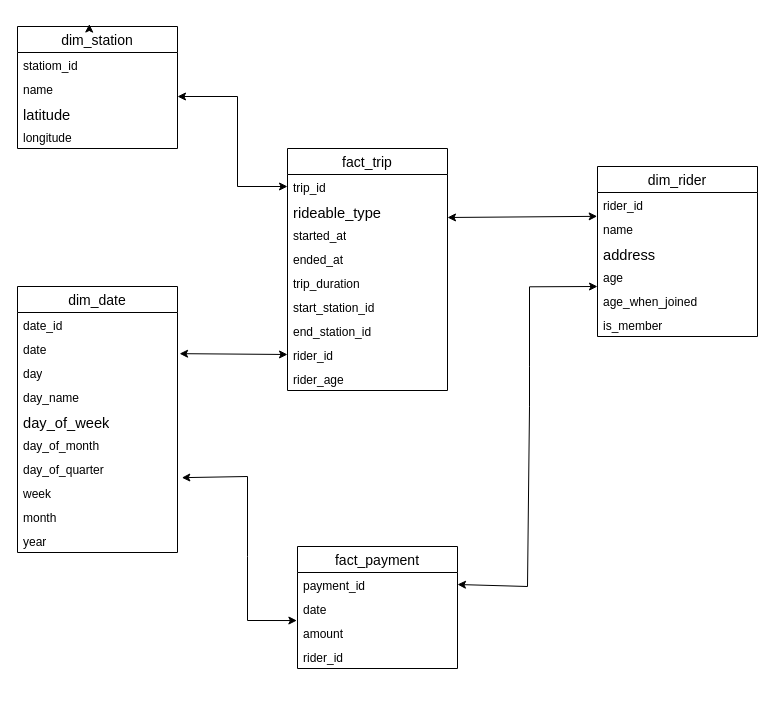
gursevakdhillon/dadp keeps this draw.io diagram as project3/architecture_diagram/star_schema.drawio. Above is the earlier version. Source tidied: cells renumbered, new cells numbered last; positions are measured from the earlier drawing's top-left corner, leaving out a move shared by most shapes. Both pictures are drawn from the tidied source at 100%, with x=0, y=0 at pixel (17, 26).
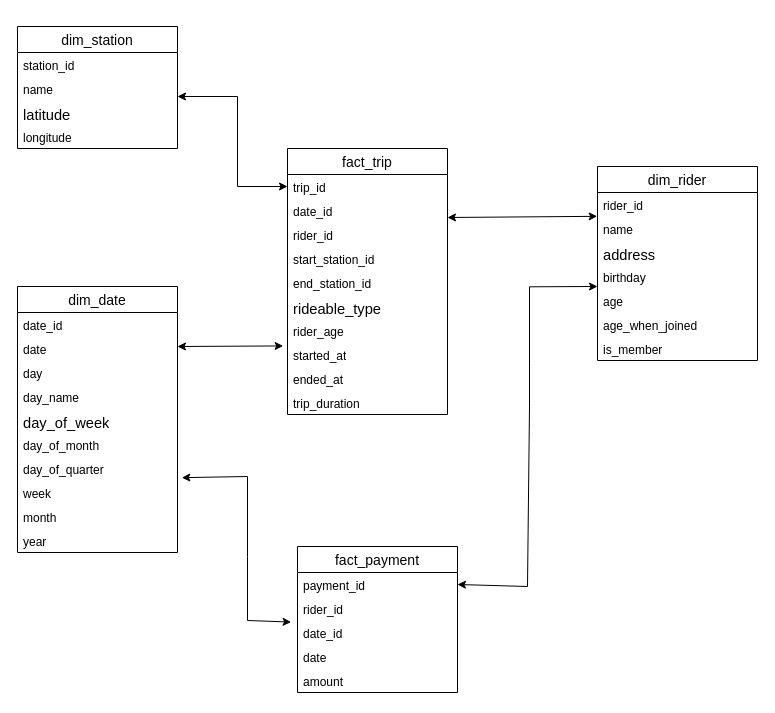
The same diagram, later.

Unchanged cells that the change refers to:
```xml
<mxCell id="20" value="day" style="text;strokeColor=none;fillColor=none;spacingLeft=4;spacingRight=4;overflow=hidden;points=[[0,0.5],[1,0.5]];portConstraint=eastwest;fontSize=12;whiteSpace=wrap;html=1;" parent="17" vertex="1">
  <mxGeometry y="74" width="160" height="24" as="geometry" />
</mxCell>
<mxCell id="25" value="week" style="text;strokeColor=none;fillColor=none;spacingLeft=4;spacingRight=4;overflow=hidden;points=[[0,0.5],[1,0.5]];portConstraint=eastwest;fontSize=12;whiteSpace=wrap;html=1;" parent="17" vertex="1">
  <mxGeometry y="194" width="160" height="24" as="geometry" />
</mxCell>
<mxCell id="35" value="dim_station" style="swimlane;fontStyle=0;horizontal=1;startSize=26;align=center;fontSize=14;" parent="1" vertex="1">
  <mxGeometry width="160" height="122" as="geometry" />
</mxCell>
```

What changed in the source:
```diff
@@
     <mxCell id="2" value="fact_trip" style="swimlane;fontStyle=0;horizontal=1;startSize=26;align=center;fontSize=14;" parent="1" vertex="1">
-      <mxGeometry x="270" y="122" width="160" height="242" as="geometry" />
+      <mxGeometry x="270" y="122" width="160" height="266" as="geometry" />
     </mxCell>
@@
+    <mxCell id="46" value="date_id" style="text;strokeColor=none;fillColor=none;spacingLeft=4;spacingRight=4;overflow=hidden;fontSize=12;whiteSpace=wrap;html=1;" parent="2" vertex="1">
+      <mxGeometry y="50" width="160" height="24" as="geometry" />
+    </mxCell>
+    <mxCell id="10" value="rider_id" style="text;strokeColor=none;fillColor=none;spacingLeft=4;spacingRight=4;overflow=hidden;points=[[0,0.5],[1,0.5]];portConstraint=eastwest;fontSize=12;whiteSpace=wrap;html=1;" parent="2" vertex="1">
+      <mxGeometry y="74" width="160" height="24" as="geometry" />
+    </mxCell>
+    <mxCell id="8" value="start_station_id" style="text;strokeColor=none;fillColor=none;spacingLeft=4;spacingRight=4;overflow=hidden;fontSize=12;whiteSpace=wrap;html=1;" parent="2" vertex="1">
+      <mxGeometry y="98" width="160" height="24" as="geometry" />
+    </mxCell>
+    <mxCell id="9" value="end_station_id" style="text;strokeColor=none;fillColor=none;spacingLeft=4;spacingRight=4;overflow=hidden;fontSize=12;whiteSpace=wrap;html=1;" parent="2" vertex="1">
+      <mxGeometry y="122" width="160" height="24" as="geometry" />
+    </mxCell>
     <mxCell id="4" value="&lt;div&gt;&lt;font face=&quot;Calibri&quot;&gt;&lt;span style=&quot;font-size: 14.6667px;&quot;&gt;rideable_type&lt;/span&gt;&lt;/font&gt;&lt;/div&gt;" style="text;strokeColor=none;fillColor=none;spacingLeft=4;spacingRight=4;overflow=hidden;fontSize=12;whiteSpace=wrap;html=1;" parent="2" vertex="1">
-      <mxGeometry y="50" width="160" height="24" as="geometry" />
+      <mxGeometry y="146" width="160" height="24" as="geometry" />
     </mxCell>
+    <mxCell id="11" value="rider_age" style="text;strokeColor=none;fillColor=none;spacingLeft=4;spacingRight=4;overflow=hidden;fontSize=12;whiteSpace=wrap;html=1;" parent="2" vertex="1">
+      <mxGeometry y="170" width="160" height="24" as="geometry" />
+    </mxCell>
     <mxCell id="5" value="started_at" style="text;strokeColor=none;fillColor=none;spacingLeft=4;spacingRight=4;overflow=hidden;points=[[0,0.5],[1,0.5]];portConstraint=eastwest;fontSize=12;whiteSpace=wrap;html=1;" parent="2" vertex="1">
-      <mxGeometry y="74" width="160" height="24" as="geometry" />
+      <mxGeometry y="194" width="160" height="24" as="geometry" />
     </mxCell>
     <mxCell id="6" value="ended_at" style="text;strokeColor=none;fillColor=none;spacingLeft=4;spacingRight=4;overflow=hidden;fontSize=12;whiteSpace=wrap;html=1;" parent="2" vertex="1">
-      <mxGeometry y="98" width="160" height="24" as="geometry" />
+      <mxGeometry y="218" width="160" height="24" as="geometry" />
     </mxCell>
     <mxCell id="7" value="trip_duration" style="text;strokeColor=none;fillColor=none;spacingLeft=4;spacingRight=4;overflow=hidden;fontSize=12;whiteSpace=wrap;html=1;" parent="2" vertex="1">
-      <mxGeometry y="122" width="160" height="24" as="geometry" />
+      <mxGeometry y="242" width="160" height="24" as="geometry" />
     </mxCell>
-    <mxCell id="8" value="start_station_id" style="text;strokeColor=none;fillColor=none;spacingLeft=4;spacingRight=4;overflow=hidden;fontSize=12;whiteSpace=wrap;html=1;" parent="2" vertex="1">
-      <mxGeometry y="146" width="160" height="24" as="geometry" />
-    </mxCell>
-    <mxCell id="9" value="end_station_id" style="text;strokeColor=none;fillColor=none;spacingLeft=4;spacingRight=4;overflow=hidden;fontSize=12;whiteSpace=wrap;html=1;" parent="2" vertex="1">
-      <mxGeometry y="170" width="160" height="24" as="geometry" />
-    </mxCell>
-    <mxCell id="10" value="rider_id" style="text;strokeColor=none;fillColor=none;spacingLeft=4;spacingRight=4;overflow=hidden;points=[[0,0.5],[1,0.5]];portConstraint=eastwest;fontSize=12;whiteSpace=wrap;html=1;" parent="2" vertex="1">
-      <mxGeometry y="194" width="160" height="24" as="geometry" />
-    </mxCell>
-    <mxCell id="11" value="rider_age" style="text;strokeColor=none;fillColor=none;spacingLeft=4;spacingRight=4;overflow=hidden;fontSize=12;whiteSpace=wrap;html=1;" parent="2" vertex="1">
-      <mxGeometry y="218" width="160" height="24" as="geometry" />
-    </mxCell>
     <mxCell id="12" value="fact_payment" style="swimlane;fontStyle=0;horizontal=1;startSize=26;align=center;fontSize=14;" parent="1" vertex="1">
-      <mxGeometry x="280" y="520" width="160" height="122" as="geometry" />
+      <mxGeometry x="280" y="520" width="160" height="146" as="geometry" />
     </mxCell>
@@
+    <mxCell id="16" value="rider_id" style="text;strokeColor=none;fillColor=none;spacingLeft=4;spacingRight=4;overflow=hidden;fontSize=12;whiteSpace=wrap;html=1;" parent="12" vertex="1">
+      <mxGeometry y="50" width="160" height="24" as="geometry" />
+    </mxCell>
+    <mxCell id="47" value="date_id" style="text;strokeColor=none;fillColor=none;spacingLeft=4;spacingRight=4;overflow=hidden;fontSize=12;whiteSpace=wrap;html=1;" parent="12" vertex="1">
+      <mxGeometry y="74" width="160" height="24" as="geometry" />
+    </mxCell>
     <mxCell id="14" value="date" style="text;strokeColor=none;fillColor=none;spacingLeft=4;spacingRight=4;overflow=hidden;fontSize=12;whiteSpace=wrap;html=1;" parent="12" vertex="1">
-      <mxGeometry y="50" width="160" height="24" as="geometry" />
+      <mxGeometry y="98" width="160" height="24" as="geometry" />
     </mxCell>
     <mxCell id="15" value="amount" style="text;strokeColor=none;fillColor=none;spacingLeft=4;spacingRight=4;overflow=hidden;points=[[0,0.5],[1,0.5]];portConstraint=eastwest;fontSize=12;whiteSpace=wrap;html=1;" parent="12" vertex="1">
-      <mxGeometry y="74" width="160" height="24" as="geometry" />
+      <mxGeometry y="122" width="160" height="24" as="geometry" />
     </mxCell>
-    <mxCell id="16" value="rider_id" style="text;strokeColor=none;fillColor=none;spacingLeft=4;spacingRight=4;overflow=hidden;fontSize=12;whiteSpace=wrap;html=1;" parent="12" vertex="1">
-      <mxGeometry y="98" width="160" height="24" as="geometry" />
-    </mxCell>
@@
     <mxCell id="28" value="dim_rider" style="swimlane;fontStyle=0;horizontal=1;startSize=26;align=center;fontSize=14;" parent="1" vertex="1">
-      <mxGeometry x="580" y="140" width="160" height="170" as="geometry" />
+      <mxGeometry x="580" y="140" width="160" height="194" as="geometry" />
     </mxCell>
@@
+    <mxCell id="48" value="birthday" style="text;strokeColor=none;fillColor=none;spacingLeft=4;spacingRight=4;overflow=hidden;fontSize=12;whiteSpace=wrap;html=1;" parent="28" vertex="1">
+      <mxGeometry y="98" width="160" height="24" as="geometry" />
+    </mxCell>
     <mxCell id="32" value="age" style="text;strokeColor=none;fillColor=none;spacingLeft=4;spacingRight=4;overflow=hidden;fontSize=12;whiteSpace=wrap;html=1;" parent="28" vertex="1">
-      <mxGeometry y="98" width="160" height="24" as="geometry" />
+      <mxGeometry y="122" width="160" height="24" as="geometry" />
     </mxCell>
     <mxCell id="33" value="age_when_joined" style="text;strokeColor=none;fillColor=none;spacingLeft=4;spacingRight=4;overflow=hidden;fontSize=12;whiteSpace=wrap;html=1;" parent="28" vertex="1">
-      <mxGeometry y="122" width="160" height="24" as="geometry" />
+      <mxGeometry y="146" width="160" height="24" as="geometry" />
     </mxCell>
     <mxCell id="34" value="is_member" style="text;strokeColor=none;fillColor=none;spacingLeft=4;spacingRight=4;overflow=hidden;fontSize=12;whiteSpace=wrap;html=1;" parent="28" vertex="1">
-      <mxGeometry y="146" width="160" height="24" as="geometry" />
+      <mxGeometry y="170" width="160" height="24" as="geometry" />
     </mxCell>
@@
-    <mxCell id="36" value="statiom_id" style="text;strokeColor=none;fillColor=none;spacingLeft=4;spacingRight=4;overflow=hidden;fontSize=12;whiteSpace=wrap;html=1;" parent="35" vertex="1">
+    <mxCell id="36" value="station_id" style="text;strokeColor=none;fillColor=none;spacingLeft=4;spacingRight=4;overflow=hidden;fontSize=12;whiteSpace=wrap;html=1;" parent="35" vertex="1">
       <mxGeometry y="26" width="160" height="24" as="geometry" />
     </mxCell>
@@
-    <mxCell id="40" style="edgeStyle=orthogonalEdgeStyle;rounded=0;orthogonalLoop=1;jettySize=auto;html=1;exitX=0.5;exitY=0;exitDx=0;exitDy=0;entryX=0.449;entryY=-0.02;entryDx=0;entryDy=0;entryPerimeter=0;" parent="1" edge="1" source="35" target="35">
-      <mxGeometry relative="1" as="geometry" />
-    </mxCell>
@@
-    <mxCell id="42" style="endArrow=classic;startArrow=classic;html=1;rounded=0;entryX=0;entryY=0.5;entryDx=0;entryDy=0;exitX=1.013;exitY=-0.285;exitDx=0;exitDy=0;exitPerimeter=0;" parent="1" edge="1" source="20" target="10">
-      <mxGeometry relative="1" as="geometry" />
+    <mxCell id="42" style="endArrow=classic;startArrow=classic;html=1;rounded=0;entryX=-0.027;entryY=0.143;entryDx=0;entryDy=0;exitX=1.013;exitY=-0.285;exitDx=0;exitDy=0;exitPerimeter=0;entryPerimeter=0;" parent="1" edge="1" target="5">
+      <mxGeometry relative="1" as="geometry">
+        <mxPoint x="160" y="320" as="sourcePoint" />
+      </mxGeometry>
     </mxCell>
-    <mxCell id="43" style="endArrow=classic;startArrow=classic;html=1;rounded=0;exitX=1.027;exitY=-0.118;exitDx=0;exitDy=0;exitPerimeter=0;entryX=-0.004;entryY=0.002;entryDx=0;entryDy=0;entryPerimeter=0;" parent="1" edge="1" source="25" target="15">
+    <mxCell id="43" style="endArrow=classic;startArrow=classic;html=1;rounded=0;exitX=1.027;exitY=-0.118;exitDx=0;exitDy=0;exitPerimeter=0;entryX=-0.04;entryY=0.067;entryDx=0;entryDy=0;entryPerimeter=0;" parent="1" edge="1" source="25">
       <mxGeometry relative="1" as="geometry">
+        <mxPoint x="273.6" y="595.6" as="targetPoint" />
         <Array as="points">
           <mxPoint x="230" y="450" />
           <mxPoint x="230" y="530" />
           <mxPoint x="230" y="594" />
         </Array>
       </mxGeometry>
     </mxCell>
```
